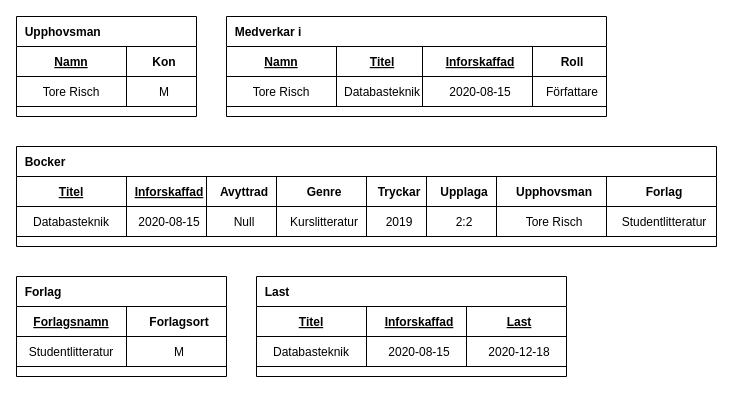
The draw.io diagram page "Tabellschema" (2 of 2) of Boksamling.drawio in Ingelisun/ERmodels, before the edit. Source tidied: cells renumbered, new cells numbered last; positions are measured from the earlier drawing's top-left corner, leaving out a move shared by most shapes. Both pictures are drawn from the tidied source at 100%, with x=0, y=0 at pixel (16, 16).
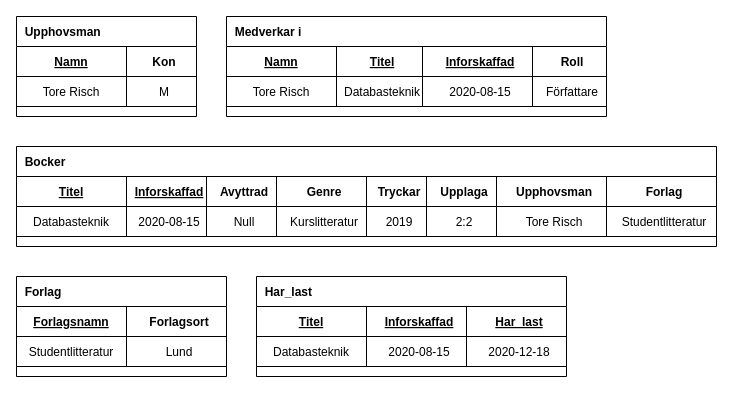
After the change.

Unchanged cells that the change refers to:
```xml
<mxCell id="43" style="shape=partialRectangle;fillColor=none;top=0;left=0;bottom=1;right=0;" parent="39" vertex="1">
  <mxGeometry y="60" width="210" height="30" as="geometry" />
</mxCell>
<mxCell id="47" style="shape=partialRectangle;fillColor=none;top=0;left=0;bottom=1;right=0;" parent="46" vertex="1">
  <mxGeometry y="30" width="310" height="30" as="geometry" />
</mxCell>
```

Diff of the diagram source:
```diff
@@
-    <mxCell id="45" value="M" style="shape=partialRectangle;fillColor=none;top=0;left=0;bottom=0;right=0;align=center;spacingLeft=6;fontStyle=0;overflow=hidden;" parent="43" vertex="1">
+    <mxCell id="45" value="Lund" style="shape=partialRectangle;fillColor=none;top=0;left=0;bottom=0;right=0;align=center;spacingLeft=6;fontStyle=0;overflow=hidden;" parent="43" vertex="1">
       <mxGeometry x="110" width="100" height="30" as="geometry" />
     </mxCell>
-    <mxCell id="46" value="  Last" style="shape=table;startSize=30;childLayout=tableLayout;rowLines=0;fontStyle=1;align=left;" parent="1" vertex="1">
+    <mxCell id="46" value="  Har_last" style="shape=table;startSize=30;childLayout=tableLayout;rowLines=0;fontStyle=1;align=left;" parent="1" vertex="1">
       <mxGeometry x="240" y="260" width="310" height="100" as="geometry" />
     </mxCell>
@@
-    <mxCell id="50" value="Last" style="shape=partialRectangle;fillColor=none;top=0;left=0;bottom=0;right=0;align=center;spacingLeft=6;fontStyle=5;overflow=hidden;" parent="47" vertex="1">
+    <mxCell id="50" value="Har_last" style="shape=partialRectangle;fillColor=none;top=0;left=0;bottom=0;right=0;align=center;spacingLeft=6;fontStyle=5;overflow=hidden;" parent="47" vertex="1">
       <mxGeometry x="210" width="100" height="30" as="geometry" />
     </mxCell>
```
